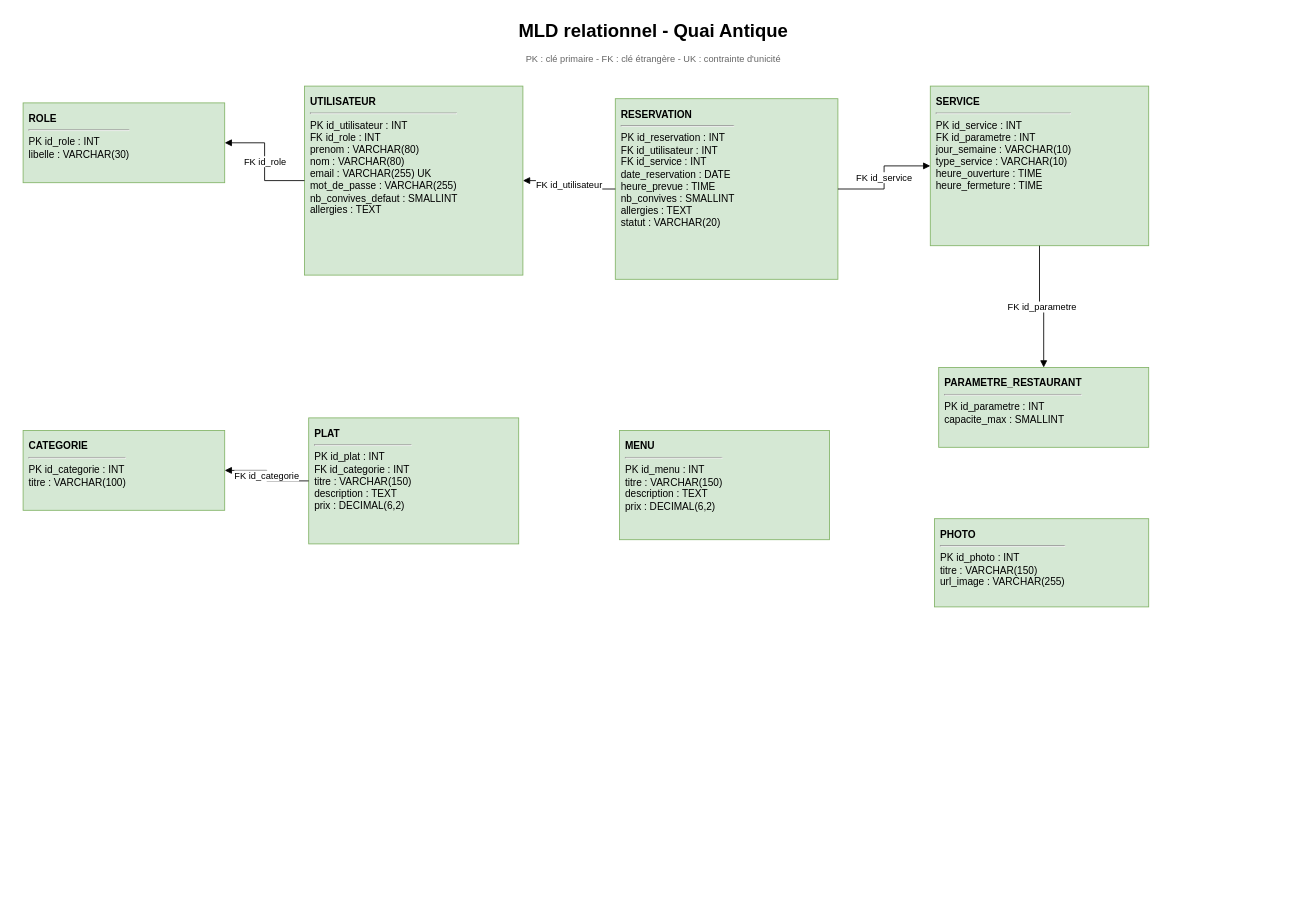
Earlier version of the draw.io diagram page "02 - MLD Relationnel" (2 of 4) of docs/database/modelisation-quai-antique.drawio (elscribe/quai-antique). Source tidied: cells renumbered, new cells numbered last; positions are measured from the earlier drawing's top-left corner, leaving out a move shared by most shapes. Both pictures are drawn from the tidied source at 84%, with x=0, y=0 at pixel (23, 14).
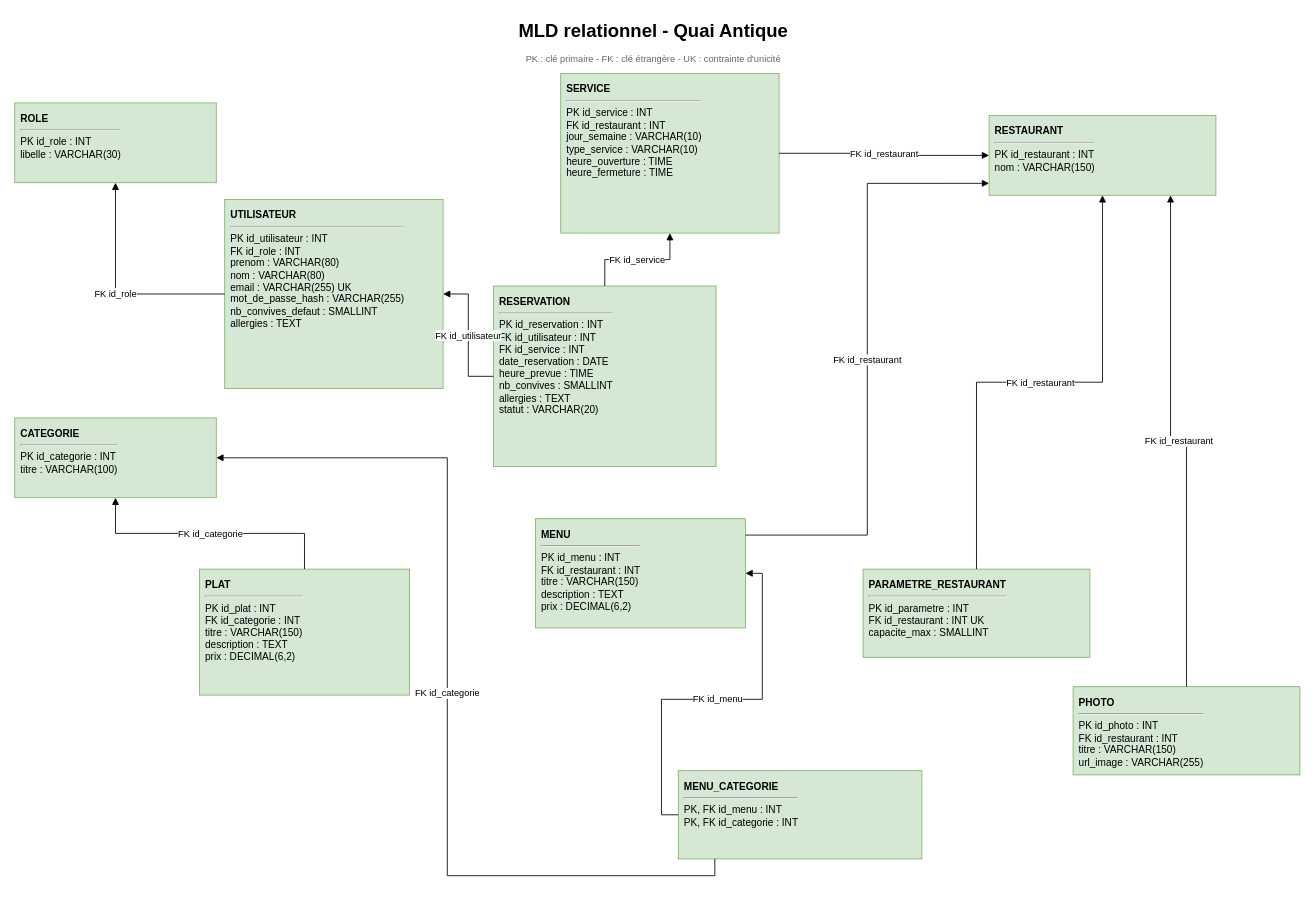
The same page after the edit.

The edit, as a diff of the source:
```diff
@@
     <mxCell id="4" value="&lt;b&gt;ROLE&lt;/b&gt;&lt;hr/&gt;PK id_role : INT&lt;br/&gt;libelle : VARCHAR(30)" style="rounded=0;whiteSpace=wrap;html=1;fillColor=#d5e8d4;strokeColor=#82b366;align=left;verticalAlign=top;spacing=7;" parent="1" vertex="1">
-      <mxGeometry y="105" width="240" height="95" as="geometry" />
+      <mxGeometry x="-10" y="105" width="240" height="95" as="geometry" />
     </mxCell>
-    <mxCell id="5" value="&lt;b&gt;UTILISATEUR&lt;/b&gt;&lt;hr/&gt;PK id_utilisateur : INT&lt;br/&gt;FK id_role : INT&lt;br/&gt;prenom : VARCHAR(80)&lt;br/&gt;nom : VARCHAR(80)&lt;br/&gt;email : VARCHAR(255) UK&lt;br/&gt;mot_de_passe : VARCHAR(255)&lt;br/&gt;nb_convives_defaut : SMALLINT&lt;br/&gt;allergies : TEXT" style="rounded=0;whiteSpace=wrap;html=1;fillColor=#d5e8d4;strokeColor=#82b366;align=left;verticalAlign=top;spacing=7;" parent="1" vertex="1">
-      <mxGeometry x="335" y="85" width="260" height="225" as="geometry" />
+    <mxCell id="5" value="&lt;b&gt;UTILISATEUR&lt;/b&gt;&lt;hr/&gt;PK id_utilisateur : INT&lt;br/&gt;FK id_role : INT&lt;br/&gt;prenom : VARCHAR(80)&lt;br/&gt;nom : VARCHAR(80)&lt;br/&gt;email : VARCHAR(255) UK&lt;br/&gt;mot_de_passe_hash : VARCHAR(255)&lt;br/&gt;nb_convives_defaut : SMALLINT&lt;br/&gt;allergies : TEXT" style="rounded=0;whiteSpace=wrap;html=1;fillColor=#d5e8d4;strokeColor=#82b366;align=left;verticalAlign=top;spacing=7;" parent="1" vertex="1">
+      <mxGeometry x="240" y="220" width="260" height="225" as="geometry" />
     </mxCell>
     <mxCell id="6" value="&lt;b&gt;RESERVATION&lt;/b&gt;&lt;hr/&gt;PK id_reservation : INT&lt;br/&gt;FK id_utilisateur : INT&lt;br/&gt;FK id_service : INT&lt;br/&gt;date_reservation : DATE&lt;br/&gt;heure_prevue : TIME&lt;br/&gt;nb_convives : SMALLINT&lt;br/&gt;allergies : TEXT&lt;br/&gt;statut : VARCHAR(20)" style="rounded=0;whiteSpace=wrap;html=1;fillColor=#d5e8d4;strokeColor=#82b366;align=left;verticalAlign=top;spacing=7;" parent="1" vertex="1">
-      <mxGeometry x="705" y="100" width="265" height="215" as="geometry" />
+      <mxGeometry x="560" y="323" width="265" height="215" as="geometry" />
     </mxCell>
-    <mxCell id="7" value="&lt;b&gt;SERVICE&lt;/b&gt;&lt;hr/&gt;PK id_service : INT&lt;br/&gt;FK id_parametre : INT&lt;br/&gt;jour_semaine : VARCHAR(10)&lt;br/&gt;type_service : VARCHAR(10)&lt;br/&gt;heure_ouverture : TIME&lt;br/&gt;heure_fermeture : TIME" style="rounded=0;whiteSpace=wrap;html=1;fillColor=#d5e8d4;strokeColor=#82b366;align=left;verticalAlign=top;spacing=7;" parent="1" vertex="1">
-      <mxGeometry x="1080" y="85" width="260" height="190" as="geometry" />
+    <mxCell id="7" value="&lt;b&gt;SERVICE&lt;/b&gt;&lt;hr/&gt;PK id_service : INT&lt;br/&gt;FK id_restaurant : INT&lt;br/&gt;jour_semaine : VARCHAR(10)&lt;br/&gt;type_service : VARCHAR(10)&lt;br/&gt;heure_ouverture : TIME&lt;br/&gt;heure_fermeture : TIME" style="rounded=0;whiteSpace=wrap;html=1;fillColor=#d5e8d4;strokeColor=#82b366;align=left;verticalAlign=top;spacing=7;" parent="1" vertex="1">
+      <mxGeometry x="640" y="70" width="260" height="190" as="geometry" />
     </mxCell>
-    <mxCell id="8" value="&lt;b&gt;PARAMETRE_RESTAURANT&lt;/b&gt;&lt;hr/&gt;PK id_parametre : INT&lt;br/&gt;capacite_max : SMALLINT" style="rounded=0;whiteSpace=wrap;html=1;fillColor=#d5e8d4;strokeColor=#82b366;align=left;verticalAlign=top;spacing=7;" parent="1" vertex="1">
-      <mxGeometry x="1090" y="420" width="250" height="95" as="geometry" />
+    <mxCell id="8" value="&lt;b&gt;PARAMETRE_RESTAURANT&lt;/b&gt;&lt;hr/&gt;PK id_parametre : INT&lt;br/&gt;FK id_restaurant : INT UK&lt;br/&gt;capacite_max : SMALLINT" style="rounded=0;whiteSpace=wrap;html=1;fillColor=#d5e8d4;strokeColor=#82b366;align=left;verticalAlign=top;spacing=7;" parent="1" vertex="1">
+      <mxGeometry x="1000" y="660" width="270" height="105" as="geometry" />
     </mxCell>
     <mxCell id="9" value="&lt;b&gt;CATEGORIE&lt;/b&gt;&lt;hr/&gt;PK id_categorie : INT&lt;br/&gt;titre : VARCHAR(100)" style="rounded=0;whiteSpace=wrap;html=1;fillColor=#d5e8d4;strokeColor=#82b366;align=left;verticalAlign=top;spacing=7;" parent="1" vertex="1">
-      <mxGeometry y="495" width="240" height="95" as="geometry" />
+      <mxGeometry x="-10" y="480" width="240" height="95" as="geometry" />
     </mxCell>
     <mxCell id="10" value="&lt;b&gt;PLAT&lt;/b&gt;&lt;hr/&gt;PK id_plat : INT&lt;br/&gt;FK id_categorie : INT&lt;br/&gt;titre : VARCHAR(150)&lt;br/&gt;description : TEXT&lt;br/&gt;prix : DECIMAL(6,2)" style="rounded=0;whiteSpace=wrap;html=1;fillColor=#d5e8d4;strokeColor=#82b366;align=left;verticalAlign=top;spacing=7;" parent="1" vertex="1">
-      <mxGeometry x="340" y="480" width="250" height="150" as="geometry" />
+      <mxGeometry x="210" y="660" width="250" height="150" as="geometry" />
     </mxCell>
-    <mxCell id="11" value="&lt;b&gt;MENU&lt;/b&gt;&lt;hr/&gt;PK id_menu : INT&lt;br/&gt;titre : VARCHAR(150)&lt;br/&gt;description : TEXT&lt;br/&gt;prix : DECIMAL(6,2)" style="rounded=0;whiteSpace=wrap;html=1;fillColor=#d5e8d4;strokeColor=#82b366;align=left;verticalAlign=top;spacing=7;" parent="1" vertex="1">
-      <mxGeometry x="710" y="495" width="250" height="130" as="geometry" />
+    <mxCell id="11" value="&lt;b&gt;MENU&lt;/b&gt;&lt;hr/&gt;PK id_menu : INT&lt;br/&gt;FK id_restaurant : INT&lt;br/&gt;titre : VARCHAR(150)&lt;br/&gt;description : TEXT&lt;br/&gt;prix : DECIMAL(6,2)" style="rounded=0;whiteSpace=wrap;html=1;fillColor=#d5e8d4;strokeColor=#82b366;align=left;verticalAlign=top;spacing=7;" parent="1" vertex="1">
+      <mxGeometry x="610" y="600" width="250" height="130" as="geometry" />
     </mxCell>
-    <mxCell id="12" value="&lt;b&gt;PHOTO&lt;/b&gt;&lt;hr/&gt;PK id_photo : INT&lt;br/&gt;titre : VARCHAR(150)&lt;br/&gt;url_image : VARCHAR(255)" style="rounded=0;whiteSpace=wrap;html=1;fillColor=#d5e8d4;strokeColor=#82b366;align=left;verticalAlign=top;spacing=7;" parent="1" vertex="1">
-      <mxGeometry x="1085" y="600" width="255" height="105" as="geometry" />
+    <mxCell id="12" value="&lt;b&gt;PHOTO&lt;/b&gt;&lt;hr/&gt;PK id_photo : INT&lt;br/&gt;FK id_restaurant : INT&lt;br/&gt;titre : VARCHAR(150)&lt;br/&gt;url_image : VARCHAR(255)" style="rounded=0;whiteSpace=wrap;html=1;fillColor=#d5e8d4;strokeColor=#82b366;align=left;verticalAlign=top;spacing=7;" parent="1" vertex="1">
+      <mxGeometry x="1250" y="800" width="270" height="105" as="geometry" />
     </mxCell>
@@
-    <mxCell id="16" value="FK id_parametre" style="edgeStyle=orthogonalEdgeStyle;rounded=0;jettySize=auto;html=1;endArrow=block;endFill=1;fontSize=11;" parent="1" edge="1" source="7" target="8">
+    <mxCell id="16" value="FK id_restaurant" style="edgeStyle=orthogonalEdgeStyle;rounded=0;jettySize=auto;html=1;endArrow=block;endFill=1;fontSize=11;" parent="1" edge="1" source="7" target="19">
       <mxGeometry relative="1" as="geometry" />
     </mxCell>
@@
+    <mxCell id="18" value="&lt;b&gt;MENU_CATEGORIE&lt;/b&gt;&lt;hr/&gt;PK, FK id_menu : INT&lt;br/&gt;PK, FK id_categorie : INT" style="rounded=0;whiteSpace=wrap;html=1;fillColor=#d5e8d4;strokeColor=#82b366;align=left;verticalAlign=top;spacing=7;" parent="1" vertex="1">
+      <mxGeometry x="780" y="900" width="290" height="105" as="geometry" />
+    </mxCell>
+    <mxCell id="19" value="&lt;b&gt;RESTAURANT&lt;/b&gt;&lt;hr/&gt;PK id_restaurant : INT&lt;br/&gt;nom : VARCHAR(150)" style="rounded=0;whiteSpace=wrap;html=1;fillColor=#d5e8d4;strokeColor=#82b366;align=left;verticalAlign=top;spacing=7;" parent="1" vertex="1">
+      <mxGeometry x="1150" y="120" width="270" height="95" as="geometry" />
+    </mxCell>
+    <mxCell id="20" value="FK id_restaurant" style="edgeStyle=orthogonalEdgeStyle;rounded=0;jettySize=auto;html=1;endArrow=block;endFill=1;exitX=0.5;exitY=0;entryX=0.5;entryY=1;" parent="1" edge="1" source="8" target="19">
+      <mxGeometry relative="1" as="geometry" />
+    </mxCell>
+    <mxCell id="21" value="FK id_restaurant" style="edgeStyle=orthogonalEdgeStyle;rounded=0;jettySize=auto;html=1;endArrow=block;endFill=1;exitX=0.5;exitY=0;entryX=0.8;entryY=1;" parent="1" edge="1" source="12" target="19">
+      <mxGeometry relative="1" as="geometry" />
+    </mxCell>
+    <mxCell id="22" value="FK id_restaurant" style="edgeStyle=orthogonalEdgeStyle;rounded=0;jettySize=auto;html=1;endArrow=block;endFill=1;exitX=1;exitY=0.15;entryX=0;entryY=0.85;" parent="1" edge="1" source="11" target="19">
+      <mxGeometry relative="1" as="geometry" />
+    </mxCell>
+    <mxCell id="23" value="FK id_menu" style="edgeStyle=orthogonalEdgeStyle;rounded=0;jettySize=auto;html=1;endArrow=block;endFill=1;exitX=0;exitY=0.5;entryX=1;entryY=0.5;" parent="1" edge="1" source="18" target="11">
+      <mxGeometry relative="1" as="geometry" />
+    </mxCell>
+    <mxCell id="24" value="FK id_categorie" style="edgeStyle=orthogonalEdgeStyle;rounded=0;jettySize=auto;html=1;endArrow=block;endFill=1;exitX=0.15;exitY=1;entryX=1;entryY=0.5;" parent="1" edge="1" source="18" target="9">
+      <mxGeometry relative="1" as="geometry" />
+    </mxCell>
```
